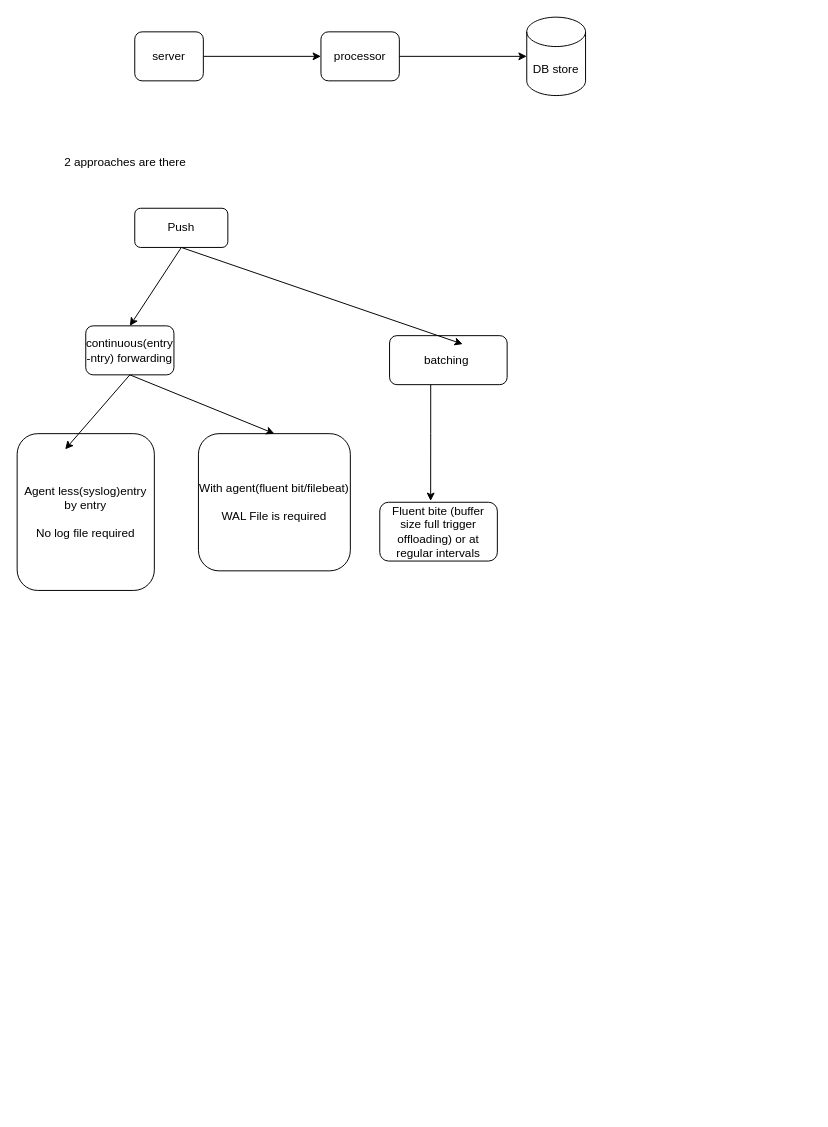
Earlier version of the draw.io diagram distributed/LoggingPull,push.drawio (vemarajusaikrishna/hld). Source tidied: cells renumbered, new cells numbered last; positions are measured from the earlier drawing's top-left corner, leaving out a move shared by most shapes. Both pictures are drawn from the tidied source at 98%, with x=0, y=0 at pixel (17, 17).
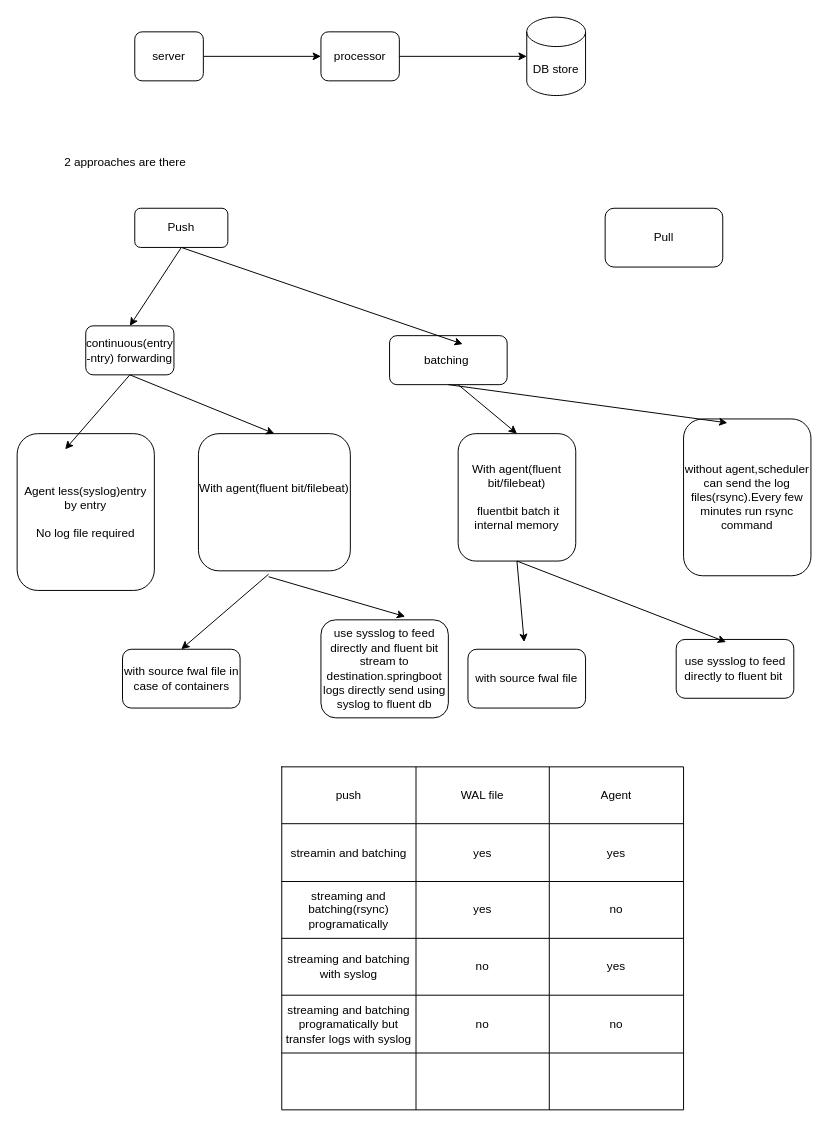
The same diagram, later.

Unchanged cells that the change refers to:
```xml
<mxCell id="10" value="batching&amp;nbsp;" style="rounded=1;whiteSpace=wrap;html=1;" parent="1" vertex="1">
  <mxGeometry x="380" y="325" width="120" height="50" as="geometry" />
</mxCell>
```

Change to the diagram source:
```diff
@@
-    <mxCell id="12" value="With agent(fluent bit/filebeat)&lt;div&gt;&lt;br&gt;&lt;/div&gt;&lt;div&gt;WAL File is required&lt;/div&gt;" style="rounded=1;whiteSpace=wrap;html=1;" parent="1" vertex="1">
+    <mxCell id="12" value="With agent(fluent bit/filebeat)&lt;div&gt;&lt;span style=&quot;background-color: transparent; color: light-dark(rgb(0, 0, 0), rgb(255, 255, 255));&quot;&gt;&lt;br&gt;&lt;/span&gt;&lt;/div&gt;&lt;div&gt;&lt;span style=&quot;background-color: transparent; color: light-dark(rgb(0, 0, 0), rgb(255, 255, 255));&quot;&gt;&amp;nbsp;&lt;/span&gt;&lt;/div&gt;" style="rounded=1;whiteSpace=wrap;html=1;" parent="1" vertex="1">
       <mxGeometry x="185" y="425" width="155" height="140" as="geometry" />
     </mxCell>
@@
-    <mxCell id="17" value="Fluent bite (buffer size full trigger offloading) or at regular intervals" style="rounded=1;whiteSpace=wrap;html=1;" parent="1" vertex="1">
-      <mxGeometry x="370" y="495" width="120" height="60" as="geometry" />
+    <mxCell id="17" value="With agent(fluent bit/filebeat)&lt;div&gt;&lt;span style=&quot;background-color: transparent; color: light-dark(rgb(0, 0, 0), rgb(255, 255, 255));&quot;&gt;&lt;br&gt;&lt;/span&gt;&lt;/div&gt;&lt;div&gt;&lt;span style=&quot;background-color: transparent; color: light-dark(rgb(0, 0, 0), rgb(255, 255, 255));&quot;&gt;&amp;nbsp;fluentbit batch it internal memory&lt;/span&gt;&lt;/div&gt;" style="rounded=1;whiteSpace=wrap;html=1;" parent="1" vertex="1">
+      <mxGeometry x="450" y="425" width="120" height="130" as="geometry" />
     </mxCell>
-    <mxCell id="18" style="edgeStyle=orthogonalEdgeStyle;rounded=0;jettySize=auto;html=1;entryX=0.433;entryY=-0.022;entryDx=0;entryDy=0;entryPerimeter=0;" parent="1" edge="1" source="10" target="17">
-      <mxGeometry relative="1" as="geometry">
-        <Array as="points">
-          <mxPoint x="422" y="425" />
-          <mxPoint x="422" y="425" />
-        </Array>
-      </mxGeometry>
-    </mxCell>
+    <mxCell id="19" value="Pull" style="rounded=1;whiteSpace=wrap;html=1;" parent="1" vertex="1">
+      <mxGeometry x="600" y="195" width="120" height="60" as="geometry" />
+    </mxCell>
+    <mxCell id="20" value="without agent,scheduler can send the log files(rsync).Every few minutes run rsync command" style="rounded=1;whiteSpace=wrap;html=1;" parent="1" vertex="1">
+      <mxGeometry x="680" y="410" width="130" height="160" as="geometry" />
+    </mxCell>
+    <mxCell id="21" style="endArrow=classic;html=1;rounded=0;exitX=0.5;exitY=1;exitDx=0;exitDy=0;entryX=0.344;entryY=0.025;entryDx=0;entryDy=0;entryPerimeter=0;" parent="1" edge="1" source="10" target="20">
+      <mxGeometry relative="1" as="geometry" />
+    </mxCell>
+    <mxCell id="22" value="with source fwal file in case of containers" style="rounded=1;whiteSpace=wrap;html=1;" parent="1" vertex="1">
+      <mxGeometry x="107.5" y="645" width="120" height="60" as="geometry" />
+    </mxCell>
+    <mxCell id="23" value="use sysslog to feed directly and fluent bit stream to destination.springboot logs directly send using syslog to fluent db" style="rounded=1;whiteSpace=wrap;html=1;" parent="1" vertex="1">
+      <mxGeometry x="310" y="615" width="130" height="100" as="geometry" />
+    </mxCell>
+    <mxCell id="24" style="endArrow=classic;html=1;rounded=0;exitX=0.462;exitY=1.024;exitDx=0;exitDy=0;exitPerimeter=0;entryX=0.5;entryY=0;entryDx=0;entryDy=0;" parent="1" edge="1" source="12" target="22">
+      <mxGeometry relative="1" as="geometry" />
+    </mxCell>
+    <mxCell id="25" style="endArrow=classic;html=1;rounded=0;exitX=0.462;exitY=1.043;exitDx=0;exitDy=0;exitPerimeter=0;entryX=0.661;entryY=-0.033;entryDx=0;entryDy=0;entryPerimeter=0;" parent="1" edge="1" source="12" target="23">
+      <mxGeometry relative="1" as="geometry" />
+    </mxCell>
+    <mxCell id="26" value="with source fwal file" style="rounded=1;whiteSpace=wrap;html=1;" parent="1" vertex="1">
+      <mxGeometry x="460" y="645" width="120" height="60" as="geometry" />
+    </mxCell>
+    <mxCell id="27" value="use sysslog to feed directly to fluent bit&amp;nbsp;" style="rounded=1;whiteSpace=wrap;html=1;" parent="1" vertex="1">
+      <mxGeometry x="672.5" y="635" width="120" height="60" as="geometry" />
+    </mxCell>
+    <mxCell id="28" style="endArrow=classic;html=1;rounded=0;exitX=0.5;exitY=1;exitDx=0;exitDy=0;entryX=0.478;entryY=-0.122;entryDx=0;entryDy=0;entryPerimeter=0;" parent="1" edge="1" source="17" target="26">
+      <mxGeometry relative="1" as="geometry" />
+    </mxCell>
+    <mxCell id="29" style="endArrow=classic;html=1;rounded=0;exitX=0.5;exitY=1;exitDx=0;exitDy=0;entryX=0.424;entryY=0.044;entryDx=0;entryDy=0;entryPerimeter=0;" parent="1" edge="1" source="17" target="27">
+      <mxGeometry relative="1" as="geometry" />
+    </mxCell>
+    <mxCell id="30" style="endArrow=classic;html=1;rounded=0;entryX=0.5;entryY=0;entryDx=0;entryDy=0;" parent="1" edge="1" target="17">
+      <mxGeometry relative="1" as="geometry">
+        <mxPoint x="450" y="375" as="sourcePoint" />
+      </mxGeometry>
+    </mxCell>
+    <mxCell id="31" style="shape=table;startSize=0;childLayout=tableLayout;" parent="1" vertex="1">
+      <mxGeometry x="270" y="765" width="410" height="350" as="geometry" />
+    </mxCell>
+    <mxCell id="32" style="shape=tableRow;horizontal=0;startSize=0;swimlaneHead=0;swimlaneBody=0;strokeColor=inherit;top=0;left=0;bottom=0;right=0;fillColor=none;" parent="31" vertex="1">
+      <mxGeometry width="410" height="58" as="geometry" />
+    </mxCell>
+    <mxCell id="33" value="push" style="shape=partialRectangle;html=1;whiteSpace=wrap;strokeColor=inherit;overflow=hidden;fillColor=none;top=0;left=0;bottom=0;right=0;" parent="32" vertex="1">
+      <mxGeometry width="137" height="58" as="geometry" />
+    </mxCell>
+    <mxCell id="34" value="WAL file" style="shape=partialRectangle;html=1;whiteSpace=wrap;strokeColor=inherit;overflow=hidden;fillColor=none;top=0;left=0;bottom=0;right=0;" parent="32" vertex="1">
+      <mxGeometry x="137" width="136" height="58" as="geometry" />
+    </mxCell>
+    <mxCell id="35" value="Agent" style="shape=partialRectangle;html=1;whiteSpace=wrap;strokeColor=inherit;overflow=hidden;fillColor=none;top=0;left=0;bottom=0;right=0;" parent="32" vertex="1">
+      <mxGeometry x="273" width="137" height="58" as="geometry" />
+    </mxCell>
+    <mxCell id="36" style="shape=tableRow;horizontal=0;startSize=0;swimlaneHead=0;swimlaneBody=0;strokeColor=inherit;top=0;left=0;bottom=0;right=0;fillColor=none;" parent="31" vertex="1">
+      <mxGeometry y="58" width="410" height="59" as="geometry" />
+    </mxCell>
+    <mxCell id="37" value="streamin and batching" style="shape=partialRectangle;html=1;whiteSpace=wrap;strokeColor=inherit;overflow=hidden;fillColor=none;top=0;left=0;bottom=0;right=0;" parent="36" vertex="1">
+      <mxGeometry width="137" height="59" as="geometry" />
+    </mxCell>
+    <mxCell id="38" value="yes" style="shape=partialRectangle;html=1;whiteSpace=wrap;strokeColor=inherit;overflow=hidden;fillColor=none;top=0;left=0;bottom=0;right=0;" parent="36" vertex="1">
+      <mxGeometry x="137" width="136" height="59" as="geometry" />
+    </mxCell>
+    <mxCell id="39" value="yes" style="shape=partialRectangle;html=1;whiteSpace=wrap;strokeColor=inherit;overflow=hidden;fillColor=none;top=0;left=0;bottom=0;right=0;" parent="36" vertex="1">
+      <mxGeometry x="273" width="137" height="59" as="geometry" />
+    </mxCell>
+    <mxCell id="40" style="shape=tableRow;horizontal=0;startSize=0;swimlaneHead=0;swimlaneBody=0;strokeColor=inherit;top=0;left=0;bottom=0;right=0;fillColor=none;" parent="31" vertex="1">
+      <mxGeometry y="117" width="410" height="58" as="geometry" />
+    </mxCell>
+    <mxCell id="41" value="streaming and batching(rsync) programatically" style="shape=partialRectangle;html=1;whiteSpace=wrap;strokeColor=inherit;overflow=hidden;fillColor=none;top=0;left=0;bottom=0;right=0;" parent="40" vertex="1">
+      <mxGeometry width="137" height="58" as="geometry" />
+    </mxCell>
+    <mxCell id="42" value="yes" style="shape=partialRectangle;html=1;whiteSpace=wrap;strokeColor=inherit;overflow=hidden;fillColor=none;top=0;left=0;bottom=0;right=0;" parent="40" vertex="1">
+      <mxGeometry x="137" width="136" height="58" as="geometry" />
+    </mxCell>
+    <mxCell id="43" value="no" style="shape=partialRectangle;html=1;whiteSpace=wrap;strokeColor=inherit;overflow=hidden;fillColor=none;top=0;left=0;bottom=0;right=0;" parent="40" vertex="1">
+      <mxGeometry x="273" width="137" height="58" as="geometry" />
+    </mxCell>
+    <mxCell id="44" style="shape=tableRow;horizontal=0;startSize=0;swimlaneHead=0;swimlaneBody=0;strokeColor=inherit;top=0;left=0;bottom=0;right=0;fillColor=none;" parent="31" vertex="1">
+      <mxGeometry y="175" width="410" height="58" as="geometry" />
+    </mxCell>
+    <mxCell id="45" value="streaming and batching with syslog" style="shape=partialRectangle;html=1;whiteSpace=wrap;strokeColor=inherit;overflow=hidden;fillColor=none;top=0;left=0;bottom=0;right=0;" parent="44" vertex="1">
+      <mxGeometry width="137" height="58" as="geometry" />
+    </mxCell>
+    <mxCell id="46" value="no" style="shape=partialRectangle;html=1;whiteSpace=wrap;strokeColor=inherit;overflow=hidden;fillColor=none;top=0;left=0;bottom=0;right=0;" parent="44" vertex="1">
+      <mxGeometry x="137" width="136" height="58" as="geometry" />
+    </mxCell>
+    <mxCell id="47" value="yes" style="shape=partialRectangle;html=1;whiteSpace=wrap;strokeColor=inherit;overflow=hidden;fillColor=none;top=0;left=0;bottom=0;right=0;" parent="44" vertex="1">
+      <mxGeometry x="273" width="137" height="58" as="geometry" />
+    </mxCell>
+    <mxCell id="48" style="shape=tableRow;horizontal=0;startSize=0;swimlaneHead=0;swimlaneBody=0;strokeColor=inherit;top=0;left=0;bottom=0;right=0;fillColor=none;" parent="31" vertex="1">
+      <mxGeometry y="233" width="410" height="59" as="geometry" />
+    </mxCell>
+    <mxCell id="49" value="streaming and batching programatically but transfer logs with syslog" style="shape=partialRectangle;html=1;whiteSpace=wrap;strokeColor=inherit;overflow=hidden;fillColor=none;top=0;left=0;bottom=0;right=0;" parent="48" vertex="1">
+      <mxGeometry width="137" height="59" as="geometry" />
+    </mxCell>
+    <mxCell id="50" value="no" style="shape=partialRectangle;html=1;whiteSpace=wrap;strokeColor=inherit;overflow=hidden;fillColor=none;top=0;left=0;bottom=0;right=0;" parent="48" vertex="1">
+      <mxGeometry x="137" width="136" height="59" as="geometry" />
+    </mxCell>
+    <mxCell id="51" value="no" style="shape=partialRectangle;html=1;whiteSpace=wrap;strokeColor=inherit;overflow=hidden;fillColor=none;top=0;left=0;bottom=0;right=0;" parent="48" vertex="1">
+      <mxGeometry x="273" width="137" height="59" as="geometry" />
+    </mxCell>
+    <mxCell id="52" style="shape=tableRow;horizontal=0;startSize=0;swimlaneHead=0;swimlaneBody=0;strokeColor=inherit;top=0;left=0;bottom=0;right=0;fillColor=none;" parent="31" vertex="1">
+      <mxGeometry y="292" width="410" height="58" as="geometry" />
+    </mxCell>
+    <mxCell id="53" style="shape=partialRectangle;html=1;whiteSpace=wrap;strokeColor=inherit;overflow=hidden;fillColor=none;top=0;left=0;bottom=0;right=0;" parent="52" vertex="1">
+      <mxGeometry width="137" height="58" as="geometry" />
+    </mxCell>
+    <mxCell id="54" style="shape=partialRectangle;html=1;whiteSpace=wrap;strokeColor=inherit;overflow=hidden;fillColor=none;top=0;left=0;bottom=0;right=0;" parent="52" vertex="1">
+      <mxGeometry x="137" width="136" height="58" as="geometry" />
+    </mxCell>
+    <mxCell id="55" style="shape=partialRectangle;html=1;whiteSpace=wrap;strokeColor=inherit;overflow=hidden;fillColor=none;top=0;left=0;bottom=0;right=0;" parent="52" vertex="1">
+      <mxGeometry x="273" width="137" height="58" as="geometry" />
+    </mxCell>
```
